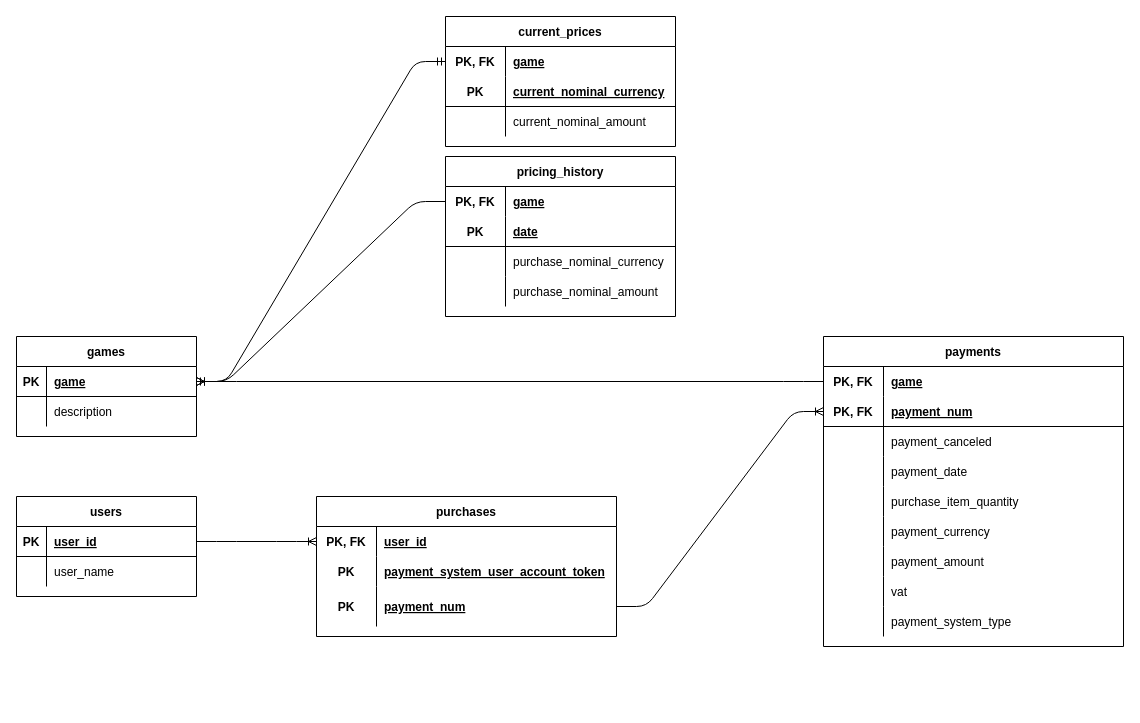
The draw.io diagram RDBHometask.drawio in XJIE6yIIIEK/xsolla-sql-hometask, before the edit. Source tidied: cells renumbered, new cells numbered last; positions are measured from the earlier drawing's top-left corner, leaving out a move shared by most shapes. Both pictures are drawn from the tidied source at 100%, with x=0, y=0 at pixel (16, 16).
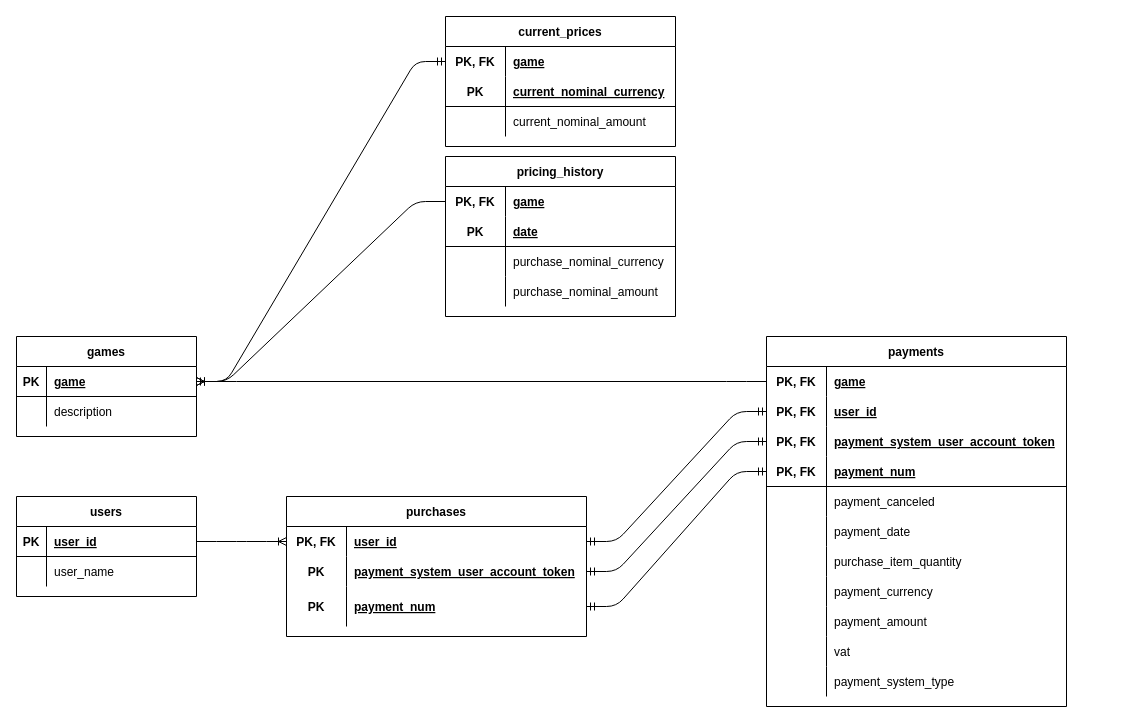
The same page after the edit.

Commit message (it also covers changes not shown here):
Исправлены ошибки запросов создания таблицы

The change refers to these unchanged cells:
```xml
<mxCell id="72" style="shape=partialRectangle;fillColor=none;top=0;left=0;bottom=0;right=0;points=[[0,0.5],[1,0.5]];portConstraint=eastwest;" parent="71" vertex="1">
  <mxGeometry y="30" width="300" height="30" as="geometry" />
</mxCell>
<mxCell id="78" style="shape=partialRectangle;fillColor=none;top=0;left=0;bottom=0;right=0;points=[[0,0.5],[1,0.5]];portConstraint=eastwest;" parent="71" vertex="1">
  <mxGeometry y="90" width="300" height="40" as="geometry" />
</mxCell>
```

Diff of the diagram source:
```diff
@@
     <mxCell id="39" value="payments" style="shape=table;startSize=30;childLayout=tableLayout;rowLines=0;fontStyle=1;align=center;" parent="1" vertex="1">
-      <mxGeometry x="807" y="320" width="300" height="310" as="geometry" />
+      <mxGeometry x="750" y="320" width="300" height="370" as="geometry" />
     </mxCell>
@@
+    <mxCell id="82" style="shape=partialRectangle;fillColor=none;top=0;left=0;bottom=0;right=0;points=[[0,0.5],[1,0.5]];portConstraint=eastwest;" parent="39" vertex="1">
+      <mxGeometry y="60" width="300" height="30" as="geometry" />
+    </mxCell>
+    <mxCell id="83" value="PK, FK" style="shape=partialRectangle;fillColor=none;top=0;left=0;bottom=0;right=0;fontStyle=1;overflow=hidden;" parent="82" vertex="1">
+      <mxGeometry width="60" height="30" as="geometry" />
+    </mxCell>
+    <mxCell id="84" value="user_id" style="shape=partialRectangle;fillColor=none;top=0;left=0;bottom=0;right=0;align=left;spacingLeft=6;fontStyle=5;overflow=hidden;" parent="82" vertex="1">
+      <mxGeometry x="60" width="240" height="30" as="geometry" />
+    </mxCell>
+    <mxCell id="85" style="shape=partialRectangle;fillColor=none;top=0;left=0;bottom=0;right=0;points=[[0,0.5],[1,0.5]];portConstraint=eastwest;" parent="39" vertex="1">
+      <mxGeometry y="90" width="300" height="30" as="geometry" />
+    </mxCell>
+    <mxCell id="86" value="PK, FK" style="shape=partialRectangle;fillColor=none;top=0;left=0;bottom=0;right=0;fontStyle=1;overflow=hidden;" parent="85" vertex="1">
+      <mxGeometry width="60" height="30" as="geometry" />
+    </mxCell>
+    <mxCell id="87" value="payment_system_user_account_token" style="shape=partialRectangle;fillColor=none;top=0;left=0;bottom=0;right=0;align=left;spacingLeft=6;fontStyle=5;overflow=hidden;" parent="85" vertex="1">
+      <mxGeometry x="60" width="240" height="30" as="geometry" />
+    </mxCell>
     <mxCell id="43" style="shape=partialRectangle;fillColor=none;top=0;left=0;bottom=1;right=0;points=[[0,0.5],[1,0.5]];portConstraint=eastwest;" parent="39" vertex="1">
-      <mxGeometry y="60" width="300" height="30" as="geometry" />
+      <mxGeometry y="120" width="300" height="30" as="geometry" />
     </mxCell>
@@
     <mxCell id="46" style="shape=partialRectangle;fillColor=none;top=0;left=0;bottom=0;right=0;" parent="39" vertex="1">
-      <mxGeometry y="90" width="300" height="30" as="geometry" />
+      <mxGeometry y="150" width="300" height="30" as="geometry" />
     </mxCell>
@@
     <mxCell id="49" style="shape=partialRectangle;fillColor=none;top=0;left=0;bottom=0;right=0;" parent="39" vertex="1">
-      <mxGeometry y="120" width="300" height="30" as="geometry" />
+      <mxGeometry y="180" width="300" height="30" as="geometry" />
     </mxCell>
@@
     <mxCell id="52" style="shape=partialRectangle;fillColor=none;top=0;left=0;bottom=0;right=0;" parent="39" vertex="1">
-      <mxGeometry y="150" width="300" height="30" as="geometry" />
+      <mxGeometry y="210" width="300" height="30" as="geometry" />
     </mxCell>
@@
     <mxCell id="55" style="shape=partialRectangle;fillColor=none;top=0;left=0;bottom=0;right=0;" parent="39" vertex="1">
-      <mxGeometry y="180" width="300" height="30" as="geometry" />
+      <mxGeometry y="240" width="300" height="30" as="geometry" />
     </mxCell>
@@
     <mxCell id="58" style="shape=partialRectangle;fillColor=none;top=0;left=0;bottom=0;right=0;" parent="39" vertex="1">
-      <mxGeometry y="210" width="300" height="30" as="geometry" />
+      <mxGeometry y="270" width="300" height="30" as="geometry" />
     </mxCell>
@@
     <mxCell id="61" style="shape=partialRectangle;fillColor=none;top=0;left=0;bottom=0;right=0;" parent="39" vertex="1">
-      <mxGeometry y="240" width="300" height="30" as="geometry" />
+      <mxGeometry y="300" width="300" height="30" as="geometry" />
     </mxCell>
@@
     <mxCell id="64" style="shape=partialRectangle;fillColor=none;top=0;left=0;bottom=0;right=0;" parent="39" vertex="1">
-      <mxGeometry y="270" width="300" height="30" as="geometry" />
+      <mxGeometry y="330" width="300" height="30" as="geometry" />
     </mxCell>
@@
     <mxCell id="71" value="purchases" style="shape=table;startSize=30;childLayout=tableLayout;rowLines=0;fontStyle=1;align=center;strokeColor=#000000;fillColor=none;" parent="1" vertex="1">
-      <mxGeometry x="300" y="480" width="300" height="140" as="geometry" />
+      <mxGeometry x="270" y="480" width="300" height="140" as="geometry" />
     </mxCell>
@@
-    <mxCell id="73" value="PK, FK" style="shape=partialRectangle;fillColor=none;top=0;left=0;bottom=0;right=0;fontStyle=1;overflow=hidden;" parent="72" vertex="1">
-      <mxGeometry width="60" height="30" as="geometry" />
-    </mxCell>
-    <mxCell id="74" value="user_id" style="shape=partialRectangle;fillColor=none;top=0;left=0;bottom=0;right=0;align=left;spacingLeft=6;fontStyle=5;overflow=hidden;" parent="72" vertex="1">
-      <mxGeometry x="60" width="240" height="30" as="geometry" />
-    </mxCell>
-    <mxCell id="75" style="shape=partialRectangle;fillColor=none;top=0;left=0;bottom=0;right=0;" parent="71" vertex="1">
-      <mxGeometry y="60" width="300" height="30" as="geometry" />
-    </mxCell>
+    <mxCell id="88" value="PK, FK" style="shape=partialRectangle;fillColor=none;top=0;left=0;bottom=0;right=0;fontStyle=1;overflow=hidden;" parent="72" vertex="1">
+      <mxGeometry width="60" height="30" as="geometry" />
+    </mxCell>
+    <mxCell id="89" value="user_id" style="shape=partialRectangle;fillColor=none;top=0;left=0;bottom=0;right=0;align=left;spacingLeft=6;fontStyle=5;overflow=hidden;" parent="72" vertex="1">
+      <mxGeometry x="60" width="240" height="30" as="geometry" />
+    </mxCell>
+    <mxCell id="90" style="shape=partialRectangle;fillColor=none;top=0;left=0;bottom=0;right=0;points=[[0,0.5],[1,0.5]];portConstraint=eastwest;" parent="71" vertex="1">
+      <mxGeometry y="60" width="300" height="30" as="geometry" />
+    </mxCell>
-    <mxCell id="76" value="PK" style="shape=partialRectangle;fillColor=none;top=0;left=0;bottom=0;right=0;fontStyle=1;overflow=hidden;" parent="75" vertex="1">
+    <mxCell id="76" value="PK" style="shape=partialRectangle;fillColor=none;top=0;left=0;bottom=0;right=0;fontStyle=1;overflow=hidden;" parent="90" vertex="1">
       <mxGeometry width="60" height="30" as="geometry" />
     </mxCell>
-    <mxCell id="77" value="payment_system_user_account_token" style="shape=partialRectangle;fillColor=none;top=0;left=0;bottom=0;right=0;align=left;spacingLeft=6;fontStyle=5;overflow=hidden;" parent="75" vertex="1">
-      <mxGeometry x="60" width="240" height="30" as="geometry" />
-    </mxCell>
+    <mxCell id="91" value="payment_system_user_account_token" style="shape=partialRectangle;fillColor=none;top=0;left=0;bottom=0;right=0;align=left;spacingLeft=6;fontStyle=5;overflow=hidden;" parent="90" vertex="1">
+      <mxGeometry x="60" width="240" height="30" as="geometry" />
+    </mxCell>
@@
+    <mxCell id="92" style="edgeStyle=entityRelationEdgeStyle;fontSize=12;html=1;endArrow=ERmandOne;startArrow=ERmandOne;" parent="1" edge="1" source="72" target="82">
+      <mxGeometry relative="1" as="geometry" />
+    </mxCell>
+    <mxCell id="93" style="edgeStyle=entityRelationEdgeStyle;fontSize=12;html=1;endArrow=ERmandOne;startArrow=ERmandOne;" parent="1" edge="1" source="90" target="85">
+      <mxGeometry relative="1" as="geometry" />
+    </mxCell>
-    <mxCell id="81" style="edgeStyle=entityRelationEdgeStyle;fontSize=12;html=1;endArrow=ERoneToMany;" parent="1" edge="1" source="78" target="43">
+    <mxCell id="81" style="edgeStyle=entityRelationEdgeStyle;fontSize=12;html=1;endArrow=ERmandOne;startArrow=ERmandOne;" parent="1" edge="1" source="78" target="43">
       <mxGeometry relative="1" as="geometry" />
     </mxCell>
```
